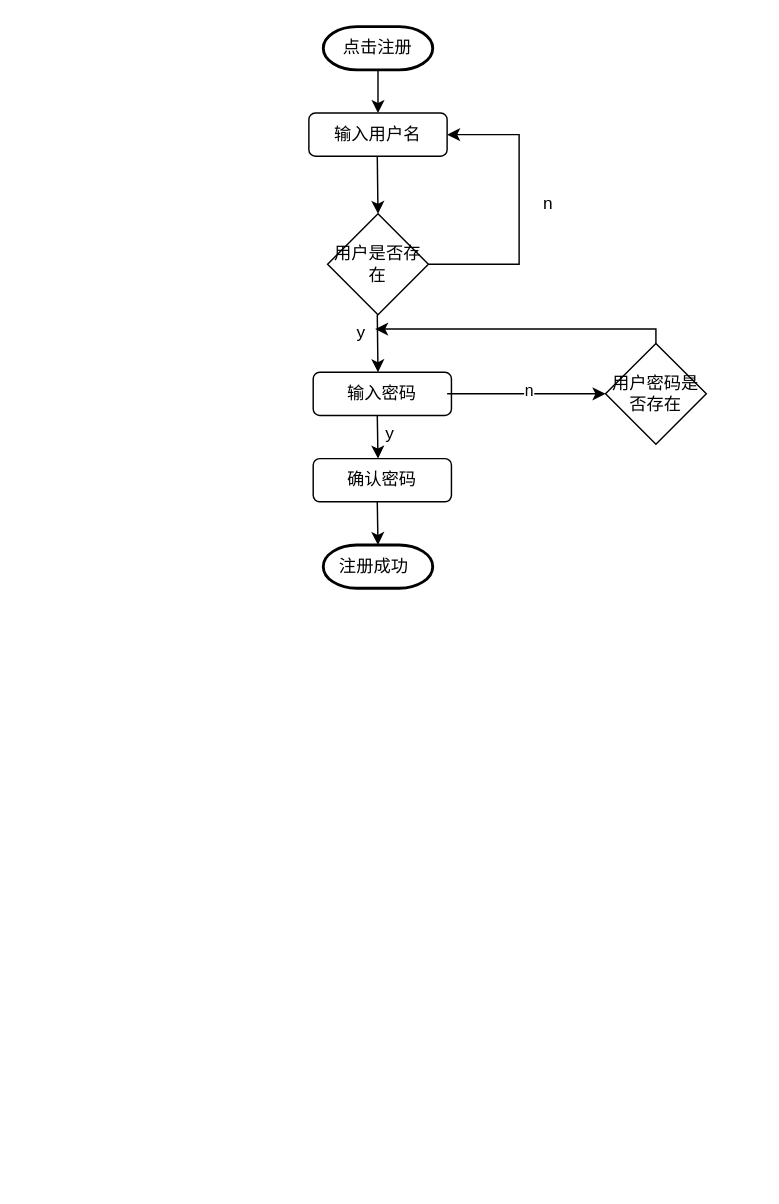
qianjia123/ninja keeps this draw.io diagram as 未命名绘图.drawio. Above is the earlier version. Source tidied: cells renumbered, new cells numbered last; positions are measured from the earlier drawing's top-left corner, leaving out a move shared by most shapes. Both pictures are drawn from the tidied source at 144%, with x=0, y=0 at pixel (308, 26).
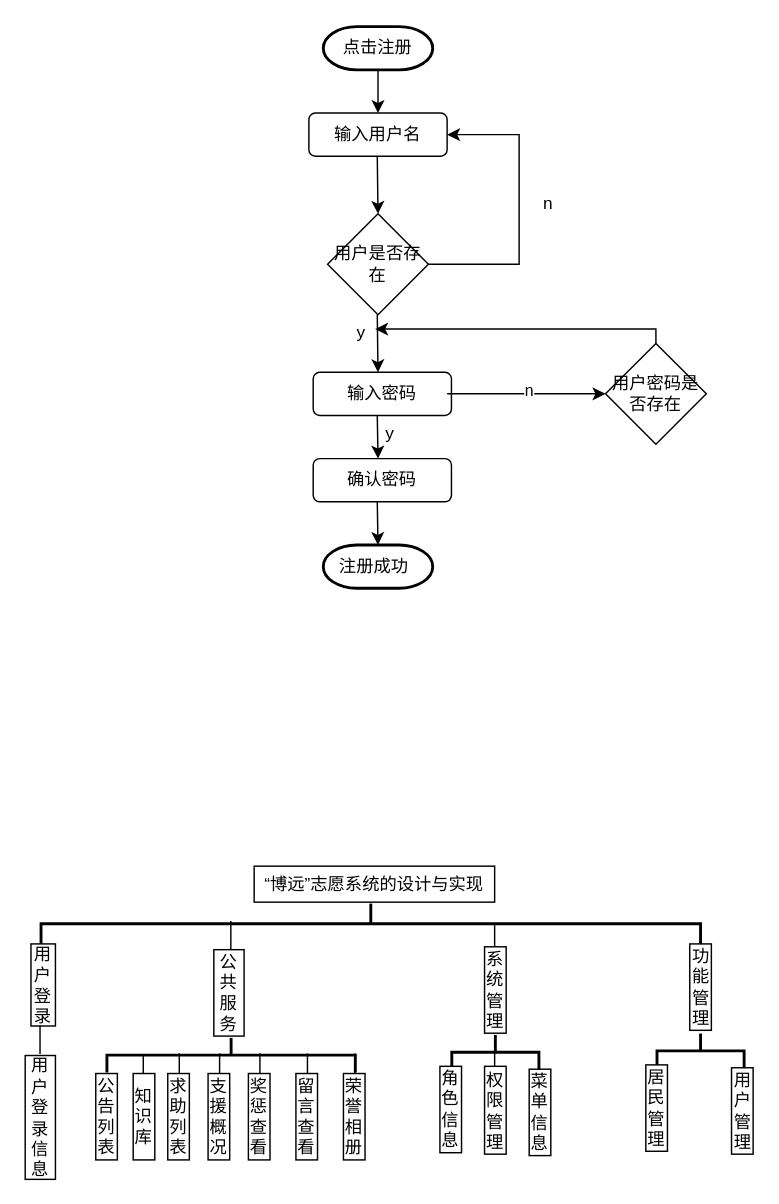
The same page after the edit.

Commit message:
更新未命名绘图.drawio

What changed in the source:
```diff
@@
+    <mxCell id="21" value="“博远”志愿系统的设计与实现" style="rounded=0;whiteSpace=wrap;html=1;" parent="1" vertex="1">
+      <mxGeometry x="-38" y="583" width="167" height="25" as="geometry" />
+    </mxCell>
+    <mxCell id="22" style="strokeWidth=2;html=1;shape=mxgraph.flowchart.annotation_2;align=left;labelPosition=right;rotation=90;" parent="1" vertex="1">
+      <mxGeometry x="29" y="394" width="28" height="458" as="geometry" />
+    </mxCell>
+    <mxCell id="23" value="用户登录" style="rounded=0;whiteSpace=wrap;html=1;" parent="1" vertex="1">
+      <mxGeometry x="-193" y="637" width="17" height="57" as="geometry" />
+    </mxCell>
+    <mxCell id="24" style="endArrow=none;html=1;rounded=0;" parent="1" edge="1">
+      <mxGeometry relative="1" as="geometry">
+        <mxPoint x="-54.2" y="641" as="sourcePoint" />
+        <mxPoint x="-54.2" y="621" as="targetPoint" />
+      </mxGeometry>
+    </mxCell>
+    <mxCell id="25" style="endArrow=none;html=1;rounded=0;" parent="1" edge="1">
+      <mxGeometry relative="1" as="geometry">
+        <mxPoint x="129" y="639" as="sourcePoint" />
+        <mxPoint x="129" y="624" as="targetPoint" />
+      </mxGeometry>
+    </mxCell>
+    <mxCell id="26" style="endArrow=none;html=1;rounded=0;" parent="1" edge="1">
+      <mxGeometry relative="1" as="geometry">
+        <mxPoint x="-186.7" y="713.5" as="sourcePoint" />
+        <mxPoint x="-186.7" y="693.5" as="targetPoint" />
+      </mxGeometry>
+    </mxCell>
+    <mxCell id="27" value="用户登录信息" style="rounded=0;whiteSpace=wrap;html=1;" parent="1" vertex="1">
+      <mxGeometry x="-197" y="714.5" width="21" height="86" as="geometry" />
+    </mxCell>
+    <mxCell id="28" value="公共服务" style="rounded=0;whiteSpace=wrap;html=1;" parent="1" vertex="1">
+      <mxGeometry x="-66" y="641" width="21" height="60" as="geometry" />
+    </mxCell>
+    <mxCell id="29" style="strokeWidth=2;html=1;shape=mxgraph.flowchart.annotation_2;align=left;labelPosition=right;rotation=90;" parent="1" vertex="1">
+      <mxGeometry x="-66" y="628" width="24" height="172.5" as="geometry" />
+    </mxCell>
+    <mxCell id="30" style="endArrow=none;html=1;rounded=0;" parent="1" edge="1">
+      <mxGeometry relative="1" as="geometry">
+        <mxPoint x="-115" y="728" as="sourcePoint" />
+        <mxPoint x="-115" y="714" as="targetPoint" />
+      </mxGeometry>
+    </mxCell>
+    <mxCell id="31" value="公告列表" style="rounded=0;whiteSpace=wrap;html=1;" parent="1" vertex="1">
+      <mxGeometry x="-148" y="727" width="15" height="60" as="geometry" />
+    </mxCell>
+    <mxCell id="32" value="知识库" style="rounded=0;whiteSpace=wrap;html=1;" parent="1" vertex="1">
+      <mxGeometry x="-122" y="727" width="15" height="60" as="geometry" />
+    </mxCell>
+    <mxCell id="33" style="endArrow=none;html=1;rounded=0;" parent="1" edge="1">
+      <mxGeometry relative="1" as="geometry">
+        <mxPoint x="-90" y="727" as="sourcePoint" />
+        <mxPoint x="-90" y="713" as="targetPoint" />
+      </mxGeometry>
+    </mxCell>
+    <mxCell id="34" value="求助列表" style="rounded=0;whiteSpace=wrap;html=1;" parent="1" vertex="1">
+      <mxGeometry x="-98" y="727" width="15" height="60" as="geometry" />
+    </mxCell>
+    <mxCell id="35" style="endArrow=none;html=1;rounded=0;" parent="1" edge="1">
+      <mxGeometry relative="1" as="geometry">
+        <mxPoint x="-62" y="727" as="sourcePoint" />
+        <mxPoint x="-62" y="713" as="targetPoint" />
+      </mxGeometry>
+    </mxCell>
+    <mxCell id="36" value="支援概况" style="rounded=0;whiteSpace=wrap;html=1;" parent="1" vertex="1">
+      <mxGeometry x="-70" y="727" width="15" height="60" as="geometry" />
+    </mxCell>
+    <mxCell id="37" style="endArrow=none;html=1;rounded=0;" parent="1" edge="1">
+      <mxGeometry relative="1" as="geometry">
+        <mxPoint x="-34" y="727" as="sourcePoint" />
+        <mxPoint x="-34" y="713" as="targetPoint" />
+      </mxGeometry>
+    </mxCell>
+    <mxCell id="38" value="奖惩查看" style="rounded=0;whiteSpace=wrap;html=1;" parent="1" vertex="1">
+      <mxGeometry x="-42" y="727" width="15" height="60" as="geometry" />
+    </mxCell>
+    <mxCell id="39" style="endArrow=none;html=1;rounded=0;" parent="1" edge="1">
+      <mxGeometry relative="1" as="geometry">
+        <mxPoint x="-1" y="727" as="sourcePoint" />
+        <mxPoint x="-1" y="713" as="targetPoint" />
+      </mxGeometry>
+    </mxCell>
+    <mxCell id="40" value="留言查看" style="rounded=0;whiteSpace=wrap;html=1;" parent="1" vertex="1">
+      <mxGeometry x="-9" y="727" width="15" height="60" as="geometry" />
+    </mxCell>
+    <mxCell id="41" style="endArrow=none;html=1;rounded=0;" parent="1" edge="1">
+      <mxGeometry relative="1" as="geometry">
+        <mxPoint x="32" y="727" as="sourcePoint" />
+        <mxPoint x="32" y="713" as="targetPoint" />
+      </mxGeometry>
+    </mxCell>
+    <mxCell id="42" value="荣誉相册" style="rounded=0;whiteSpace=wrap;html=1;" parent="1" vertex="1">
+      <mxGeometry x="24" y="727" width="15" height="60" as="geometry" />
+    </mxCell>
+    <mxCell id="43" value="系统管理" style="rounded=0;whiteSpace=wrap;html=1;" parent="1" vertex="1">
+      <mxGeometry x="122" y="639" width="15" height="60" as="geometry" />
+    </mxCell>
+    <mxCell id="44" style="strokeWidth=2;html=1;shape=mxgraph.flowchart.annotation_2;align=left;labelPosition=right;rotation=90;" parent="1" vertex="1">
+      <mxGeometry x="117.5" y="682" width="24" height="60.5" as="geometry" />
+    </mxCell>
+    <mxCell id="45" style="endArrow=none;html=1;rounded=0;" parent="1" edge="1">
+      <mxGeometry relative="1" as="geometry">
+        <mxPoint x="129" y="723" as="sourcePoint" />
+        <mxPoint x="129" y="711" as="targetPoint" />
+      </mxGeometry>
+    </mxCell>
+    <mxCell id="46" value="角色信息" style="rounded=0;whiteSpace=wrap;html=1;" parent="1" vertex="1">
+      <mxGeometry x="91" y="722" width="15" height="60" as="geometry" />
+    </mxCell>
+    <mxCell id="47" value="权限管理" style="rounded=0;whiteSpace=wrap;html=1;" parent="1" vertex="1">
+      <mxGeometry x="122" y="722" width="15" height="61" as="geometry" />
+    </mxCell>
+    <mxCell id="48" value="菜单信息" style="rounded=0;whiteSpace=wrap;html=1;" parent="1" vertex="1">
+      <mxGeometry x="153" y="724" width="15" height="60" as="geometry" />
+    </mxCell>
+    <mxCell id="49" value="功能管理" style="rounded=0;whiteSpace=wrap;html=1;" parent="1" vertex="1">
+      <mxGeometry x="264.5" y="637" width="15" height="60" as="geometry" />
+    </mxCell>
+    <mxCell id="50" style="strokeWidth=2;html=1;shape=mxgraph.flowchart.annotation_2;align=left;labelPosition=right;rotation=90;" parent="1" vertex="1">
+      <mxGeometry x="260" y="681" width="24" height="60.5" as="geometry" />
+    </mxCell>
+    <mxCell id="51" value="居民管理" style="rounded=0;whiteSpace=wrap;html=1;" parent="1" vertex="1">
+      <mxGeometry x="234" y="721" width="15" height="60" as="geometry" />
+    </mxCell>
+    <mxCell id="52" value="用户管理" style="rounded=0;whiteSpace=wrap;html=1;" parent="1" vertex="1">
+      <mxGeometry x="293.5" y="723" width="15" height="60" as="geometry" />
+    </mxCell>
```
